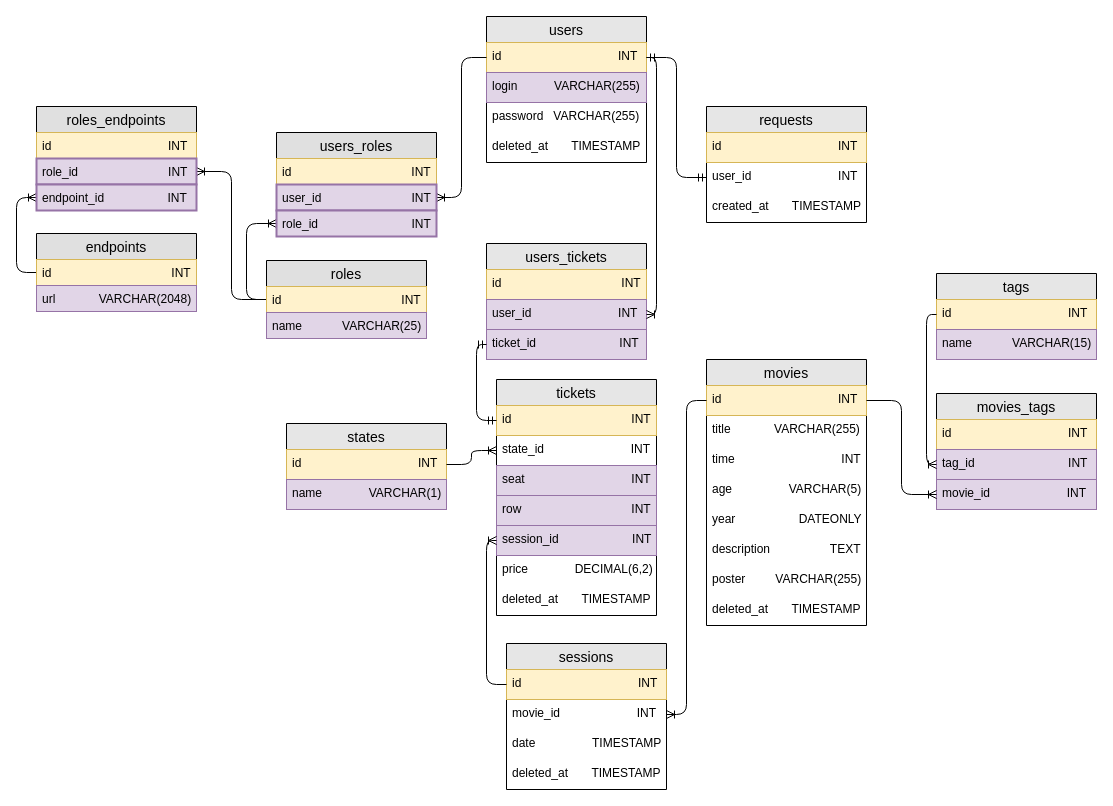
The draw.io diagram database/sql/schema.drawio in PaulineHK/NodeJS, before the edit. Source tidied: cells renumbered, new cells numbered last; positions are measured from the earlier drawing's top-left corner, leaving out a move shared by most shapes. Both pictures are drawn from the tidied source at 100%, with x=0, y=0 at pixel (36, 16).
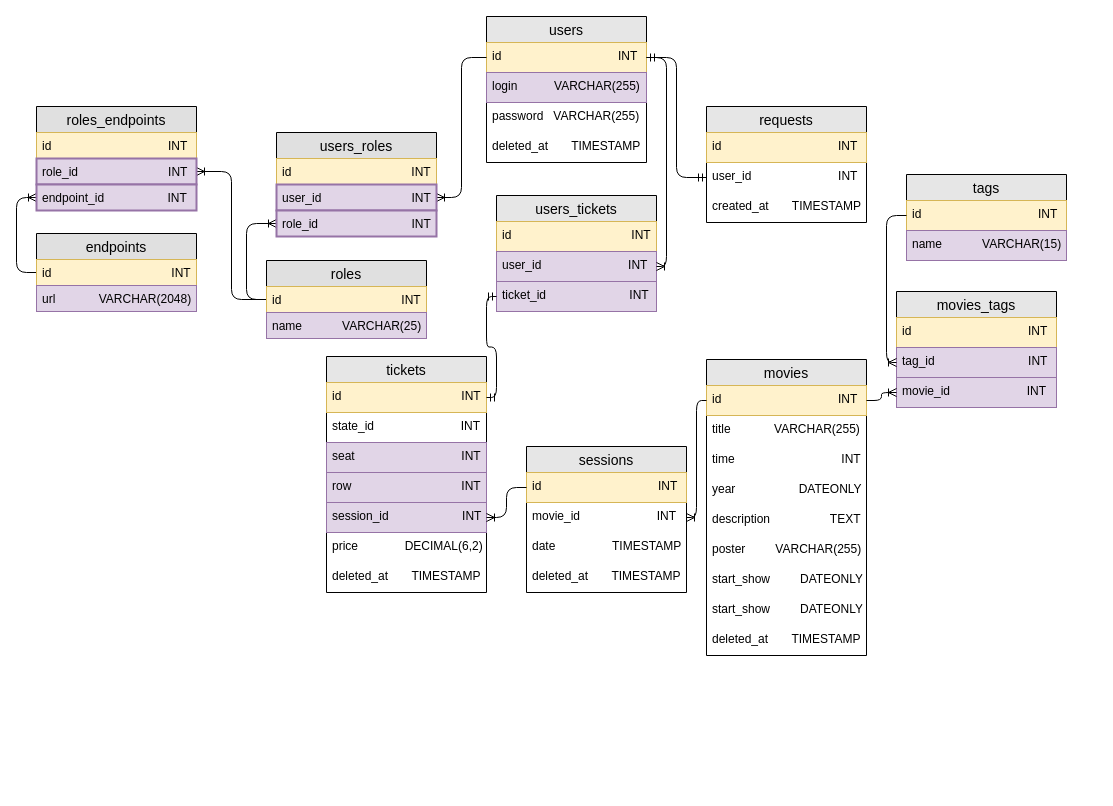
After the change.

Unchanged cells that the change refers to:
```xml
<mxCell id="2" value="users" style="swimlane;fontStyle=0;horizontal=1;startSize=26;align=center;fontSize=14;swimlaneFillColor=#ffffff;fillColor=#E6E6E6;" parent="1" vertex="1">
  <mxGeometry x="450" width="160" height="146" as="geometry" />
</mxCell>
<mxCell id="21" value="tag_id                            INT" style="text;strokeColor=#9673a6;fillColor=#e1d5e7;spacingLeft=4;spacingRight=4;overflow=hidden;points=[[0,0.5],[1,0.5]];portConstraint=eastwest;fontSize=12;" parent="19" vertex="1">
  <mxGeometry y="56" width="160" height="30" as="geometry" />
</mxCell>
<mxCell id="22" value="movie_id                       INT" style="text;strokeColor=#9673a6;fillColor=#e1d5e7;spacingLeft=4;spacingRight=4;overflow=hidden;points=[[0,0.5],[1,0.5]];portConstraint=eastwest;fontSize=12;" parent="19" vertex="1">
  <mxGeometry y="86" width="160" height="30" as="geometry" />
</mxCell>
<mxCell id="25" value="state_id                          INT" style="text;strokeColor=none;fillColor=none;spacingLeft=4;spacingRight=4;overflow=hidden;points=[[0,0.5],[1,0.5]];portConstraint=eastwest;fontSize=12;align=left;" parent="23" vertex="1">
  <mxGeometry y="56" width="160" height="30" as="geometry" />
</mxCell>
<mxCell id="28" value="session_id                      INT" style="text;strokeColor=#9673a6;fillColor=#e1d5e7;spacingLeft=4;spacingRight=4;overflow=hidden;points=[[0,0.5],[1,0.5]];portConstraint=eastwest;fontSize=12;align=left;" parent="23" vertex="1">
  <mxGeometry y="146" width="160" height="30" as="geometry" />
</mxCell>
<mxCell id="38" value="endpoints" style="swimlane;fontStyle=0;horizontal=1;startSize=26;fillColor=#e0e0e0;swimlaneFillColor=#ffffff;align=center;fontSize=14;" parent="1" vertex="1">
  <mxGeometry y="217" width="160" height="78" as="geometry" />
</mxCell>
<mxCell id="43" value="role_id                           INT" style="text;strokeColor=#9673a6;fillColor=#e1d5e7;spacingLeft=4;spacingRight=4;overflow=hidden;points=[[0,0.5],[1,0.5]];portConstraint=eastwest;fontSize=12;gradientDirection=west;strokeWidth=2;" parent="41" vertex="1">
  <mxGeometry y="52" width="160" height="26" as="geometry" />
</mxCell>
<mxCell id="44" value="endpoint_id                   INT" style="text;strokeColor=#9673a6;fillColor=#e1d5e7;spacingLeft=4;spacingRight=4;overflow=hidden;points=[[0,0.5],[1,0.5]];portConstraint=eastwest;fontSize=12;gradientDirection=west;strokeWidth=2;" parent="41" vertex="1">
  <mxGeometry y="78" width="160" height="26" as="geometry" />
</mxCell>
<mxCell id="45" value="roles" style="swimlane;fontStyle=0;horizontal=1;startSize=26;fillColor=#e0e0e0;swimlaneFillColor=#ffffff;align=center;fontSize=14;" parent="1" vertex="1">
  <mxGeometry x="230" y="244" width="160" height="78" as="geometry" />
</mxCell>
<mxCell id="48" value="users_roles" style="swimlane;fontStyle=0;horizontal=1;startSize=26;fillColor=#e0e0e0;swimlaneFillColor=#ffffff;align=center;fontSize=14;" parent="1" vertex="1">
  <mxGeometry x="240" y="116" width="160" height="104" as="geometry" />
</mxCell>
<mxCell id="50" value="user_id                           INT" style="text;strokeColor=#9673a6;fillColor=#e1d5e7;spacingLeft=4;spacingRight=4;overflow=hidden;points=[[0,0.5],[1,0.5]];portConstraint=eastwest;fontSize=12;strokeWidth=2;gradientDirection=west;" parent="48" vertex="1">
  <mxGeometry y="52" width="160" height="26" as="geometry" />
</mxCell>
<mxCell id="51" value="role_id                            INT" style="text;strokeColor=#9673a6;fillColor=#e1d5e7;spacingLeft=4;spacingRight=4;overflow=hidden;points=[[0,0.5],[1,0.5]];portConstraint=eastwest;fontSize=12;strokeWidth=2;gradientDirection=west;" parent="48" vertex="1">
  <mxGeometry y="78" width="160" height="26" as="geometry" />
</mxCell>
<mxCell id="54" value="user_id                          INT" style="text;spacingLeft=4;spacingRight=4;overflow=hidden;points=[[0,0.5],[1,0.5]];portConstraint=eastwest;fontSize=12;fillColor=#e1d5e7;strokeColor=#9673a6;" parent="52" vertex="1">
  <mxGeometry y="56" width="160" height="30" as="geometry" />
</mxCell>
<mxCell id="55" value="ticket_id                         INT" style="text;strokeColor=#9673a6;fillColor=#e1d5e7;spacingLeft=4;spacingRight=4;overflow=hidden;points=[[0,0.5],[1,0.5]];portConstraint=eastwest;fontSize=12;" parent="52" vertex="1">
  <mxGeometry y="86" width="160" height="30" as="geometry" />
</mxCell>
<mxCell id="60" value="movie_id                       INT" style="text;strokeColor=none;fillColor=none;spacingLeft=4;spacingRight=4;overflow=hidden;points=[[0,0.5],[1,0.5]];portConstraint=eastwest;fontSize=12;" parent="58" vertex="1">
  <mxGeometry y="56" width="160" height="30" as="geometry" />
</mxCell>
<mxCell id="68" value="requests" style="swimlane;fontStyle=0;horizontal=1;startSize=26;align=center;fontSize=14;swimlaneFillColor=#ffffff;fillColor=#E6E6E6;" parent="1" vertex="1">
  <mxGeometry x="670" y="90" width="160" height="116" as="geometry" />
</mxCell>
<mxCell id="70" value="user_id                          INT" style="text;strokeColor=none;fillColor=none;spacingLeft=4;spacingRight=4;overflow=hidden;points=[[0,0.5],[1,0.5]];portConstraint=eastwest;fontSize=12;" parent="68" vertex="1">
  <mxGeometry y="56" width="160" height="30" as="geometry" />
</mxCell>
```

The edit, as a diff of the source:
```diff
@@
-    <mxCell id="3" value="id                                   INT" style="text;strokeColor=#d6b656;fillColor=#fff2cc;spacingLeft=4;spacingRight=4;overflow=hidden;points=[[0,0.5],[1,0.5]];portConstraint=eastwest;fontSize=12;" parent="2" vertex="1">
-      <mxGeometry y="26" width="160" height="30" as="geometry" />
-    </mxCell>
+    <mxCell id="73" value="id                                   INT" style="text;strokeColor=#d6b656;fillColor=#fff2cc;spacingLeft=4;spacingRight=4;overflow=hidden;points=[[0,0.5],[1,0.5]];portConstraint=eastwest;fontSize=12;" parent="2" vertex="1">
+      <mxGeometry y="26" width="160" height="30" as="geometry" />
+    </mxCell>
@@
     <mxCell id="7" value="movies" style="swimlane;fontStyle=0;horizontal=1;startSize=26;align=center;fontSize=14;swimlaneFillColor=#ffffff;fillColor=#E6E6E6;" parent="1" vertex="1">
-      <mxGeometry x="670" y="343" width="160" height="266" as="geometry" />
+      <mxGeometry x="670" y="343" width="160" height="296" as="geometry" />
     </mxCell>
-    <mxCell id="8" value="id                                   INT" style="text;strokeColor=#d6b656;fillColor=#fff2cc;spacingLeft=4;spacingRight=4;overflow=hidden;points=[[0,0.5],[1,0.5]];portConstraint=eastwest;fontSize=12;" parent="7" vertex="1">
-      <mxGeometry y="26" width="160" height="30" as="geometry" />
-    </mxCell>
+    <mxCell id="74" value="id                                   INT" style="text;strokeColor=#d6b656;fillColor=#fff2cc;spacingLeft=4;spacingRight=4;overflow=hidden;points=[[0,0.5],[1,0.5]];portConstraint=eastwest;fontSize=12;" parent="7" vertex="1">
+      <mxGeometry y="26" width="160" height="30" as="geometry" />
+    </mxCell>
@@
-    <mxCell id="11" value="age                 VARCHAR(5)" style="text;strokeColor=none;fillColor=none;spacingLeft=4;spacingRight=4;overflow=hidden;fontSize=12;" parent="7" vertex="1">
-      <mxGeometry y="116" width="160" height="30" as="geometry" />
-    </mxCell>
     <mxCell id="12" value="year                   DATEONLY" style="text;strokeColor=none;fillColor=none;spacingLeft=4;spacingRight=4;overflow=hidden;fontSize=12;" parent="7" vertex="1">
-      <mxGeometry y="146" width="160" height="30" as="geometry" />
+      <mxGeometry y="116" width="160" height="30" as="geometry" />
     </mxCell>
     <mxCell id="13" value="description                  TEXT" style="text;strokeColor=none;fillColor=none;spacingLeft=4;spacingRight=4;overflow=hidden;fontSize=12;" parent="7" vertex="1">
-      <mxGeometry y="176" width="160" height="30" as="geometry" />
+      <mxGeometry y="146" width="160" height="30" as="geometry" />
     </mxCell>
     <mxCell id="14" value="poster         VARCHAR(255)" style="text;strokeColor=none;fillColor=none;spacingLeft=4;spacingRight=4;overflow=hidden;fontSize=12;" parent="7" vertex="1">
-      <mxGeometry y="206" width="160" height="30" as="geometry" />
+      <mxGeometry y="176" width="160" height="30" as="geometry" />
     </mxCell>
+    <mxCell id="75" value="start_show         DATEONLY" style="text;strokeColor=none;fillColor=none;spacingLeft=4;spacingRight=4;overflow=hidden;fontSize=12;" parent="7" vertex="1">
+      <mxGeometry y="206" width="160" height="30" as="geometry" />
+    </mxCell>
+    <mxCell id="76" value="start_show         DATEONLY" style="text;strokeColor=none;fillColor=none;spacingLeft=4;spacingRight=4;overflow=hidden;fontSize=12;" parent="7" vertex="1">
+      <mxGeometry y="236" width="160" height="30" as="geometry" />
+    </mxCell>
     <mxCell id="15" value="deleted_at       TIMESTAMP" style="text;strokeColor=none;fillColor=none;spacingLeft=4;spacingRight=4;overflow=hidden;fontSize=12;" parent="7" vertex="1">
-      <mxGeometry y="236" width="160" height="30" as="geometry" />
+      <mxGeometry y="266" width="160" height="30" as="geometry" />
     </mxCell>
     <mxCell id="16" value="tags" style="swimlane;fontStyle=0;horizontal=1;startSize=26;align=center;fontSize=14;swimlaneFillColor=#ffffff;fillColor=#E6E6E6;" parent="1" vertex="1">
-      <mxGeometry x="900" y="257" width="160" height="86" as="geometry" />
+      <mxGeometry x="870" y="158" width="160" height="86" as="geometry" />
     </mxCell>
-    <mxCell id="17" value="id                                   INT" style="text;strokeColor=#d6b656;fillColor=#fff2cc;spacingLeft=4;spacingRight=4;overflow=hidden;points=[[0,0.5],[1,0.5]];portConstraint=eastwest;fontSize=12;" parent="16" vertex="1">
-      <mxGeometry y="26" width="160" height="30" as="geometry" />
-    </mxCell>
+    <mxCell id="77" value="id                                   INT" style="text;strokeColor=#d6b656;fillColor=#fff2cc;spacingLeft=4;spacingRight=4;overflow=hidden;points=[[0,0.5],[1,0.5]];portConstraint=eastwest;fontSize=12;" parent="16" vertex="1">
+      <mxGeometry y="26" width="160" height="30" as="geometry" />
+    </mxCell>
@@
     <mxCell id="19" value="movies_tags" style="swimlane;fontStyle=0;horizontal=1;startSize=26;align=center;fontSize=14;swimlaneFillColor=#ffffff;fillColor=#E6E6E6;" parent="1" vertex="1">
-      <mxGeometry x="900" y="377" width="160" height="116" as="geometry" />
+      <mxGeometry x="860" y="275" width="160" height="116" as="geometry" />
     </mxCell>
-    <mxCell id="20" value="id                                   INT" style="text;strokeColor=#d6b656;fillColor=#fff2cc;spacingLeft=4;spacingRight=4;overflow=hidden;fontSize=12;" parent="19" vertex="1">
-      <mxGeometry y="26" width="160" height="30" as="geometry" />
-    </mxCell>
+    <mxCell id="78" value="id                                   INT" style="text;strokeColor=#d6b656;fillColor=#fff2cc;spacingLeft=4;spacingRight=4;overflow=hidden;fontSize=12;" parent="19" vertex="1">
+      <mxGeometry y="26" width="160" height="30" as="geometry" />
+    </mxCell>
@@
     <mxCell id="23" value="tickets" style="swimlane;fontStyle=0;horizontal=1;startSize=26;align=center;fontSize=14;swimlaneFillColor=#ffffff;fillColor=#E6E6E6;" parent="1" vertex="1">
-      <mxGeometry x="460" y="363" width="160" height="236" as="geometry" />
+      <mxGeometry x="290" y="340" width="160" height="236" as="geometry" />
     </mxCell>
-    <mxCell id="24" value="id                                    INT" style="text;strokeColor=#d6b656;fillColor=#fff2cc;spacingLeft=4;spacingRight=4;overflow=hidden;points=[[0,0.5],[1,0.5]];portConstraint=eastwest;fontSize=12;" parent="23" vertex="1">
-      <mxGeometry y="26" width="160" height="30" as="geometry" />
-    </mxCell>
+    <mxCell id="79" value="id                                    INT" style="text;strokeColor=#d6b656;fillColor=#fff2cc;spacingLeft=4;spacingRight=4;overflow=hidden;points=[[0,0.5],[1,0.5]];portConstraint=eastwest;fontSize=12;" parent="23" vertex="1">
+      <mxGeometry y="26" width="160" height="30" as="geometry" />
+    </mxCell>
@@
-    <mxCell id="31" style="edgeStyle=orthogonalEdgeStyle;fontSize=12;html=1;endArrow=ERoneToMany;entryX=0;entryY=0.5;entryDx=0;entryDy=0;exitX=1;exitY=0.5;exitDx=0;exitDy=0;" parent="1" edge="1" source="8" target="22">
-      <mxGeometry relative="1" as="geometry" />
-    </mxCell>
-    <mxCell id="32" style="edgeStyle=orthogonalEdgeStyle;fontSize=12;html=1;endArrow=ERoneToMany;entryX=0;entryY=0.5;entryDx=0;entryDy=0;exitX=0;exitY=0.5;exitDx=0;exitDy=0;" parent="1" edge="1" source="17" target="21">
-      <mxGeometry relative="1" as="geometry" />
-    </mxCell>
-    <mxCell id="33" style="edgeStyle=orthogonalEdgeStyle;fontSize=12;html=1;endArrow=ERoneToMany;entryX=1;entryY=0.5;entryDx=0;entryDy=0;exitX=0;exitY=0.5;exitDx=0;exitDy=0;" parent="1" edge="1" source="8" target="60">
-      <mxGeometry relative="1" as="geometry" />
-    </mxCell>
-    <mxCell id="34" style="edgeStyle=orthogonalEdgeStyle;rounded=1;jettySize=auto;html=1;exitX=0;exitY=0.5;exitDx=0;exitDy=0;entryX=1;entryY=0.5;entryDx=0;entryDy=0;endArrow=ERoneToMany;endFill=0;" parent="1" edge="1" source="3" target="50">
-      <mxGeometry relative="1" as="geometry" />
-    </mxCell>
-    <mxCell id="35" style="edgeStyle=orthogonalEdgeStyle;rounded=1;jettySize=auto;html=1;exitX=0;exitY=0.5;exitDx=0;exitDy=0;entryX=0;entryY=0.5;entryDx=0;entryDy=0;endArrow=ERoneToMany;endFill=0;" parent="1" edge="1" source="46" target="51">
-      <mxGeometry relative="1" as="geometry" />
-    </mxCell>
-    <mxCell id="36" style="edgeStyle=orthogonalEdgeStyle;rounded=1;jettySize=auto;html=1;exitX=0;exitY=0.5;exitDx=0;exitDy=0;entryX=1;entryY=0.5;entryDx=0;entryDy=0;endArrow=ERoneToMany;endFill=0;jumpStyle=none;" parent="1" edge="1" source="46" target="43">
-      <mxGeometry relative="1" as="geometry" />
-    </mxCell>
-    <mxCell id="37" style="edgeStyle=orthogonalEdgeStyle;rounded=1;jettySize=auto;html=1;exitX=0;exitY=0.5;exitDx=0;exitDy=0;entryX=0;entryY=0.5;entryDx=0;entryDy=0;endArrow=ERoneToMany;endFill=0;" parent="1" edge="1" source="39" target="44">
-      <mxGeometry relative="1" as="geometry" />
-    </mxCell>
+    <mxCell id="80" style="edgeStyle=orthogonalEdgeStyle;fontSize=12;html=1;endArrow=ERoneToMany;entryX=0;entryY=0.5;entryDx=0;entryDy=0;exitX=1;exitY=0.5;exitDx=0;exitDy=0;" parent="1" edge="1" source="74" target="22">
+      <mxGeometry relative="1" as="geometry" />
+    </mxCell>
+    <mxCell id="81" style="edgeStyle=orthogonalEdgeStyle;fontSize=12;html=1;endArrow=ERoneToMany;entryX=0;entryY=0.5;entryDx=0;entryDy=0;exitX=0;exitY=0.5;exitDx=0;exitDy=0;" parent="1" edge="1" source="77" target="21">
+      <mxGeometry relative="1" as="geometry" />
+    </mxCell>
+    <mxCell id="82" style="edgeStyle=orthogonalEdgeStyle;fontSize=12;html=1;endArrow=ERoneToMany;entryX=1;entryY=0.5;entryDx=0;entryDy=0;exitX=0;exitY=0.5;exitDx=0;exitDy=0;" parent="1" edge="1" source="74" target="60">
+      <mxGeometry relative="1" as="geometry" />
+    </mxCell>
+    <mxCell id="83" style="edgeStyle=orthogonalEdgeStyle;rounded=1;jettySize=auto;html=1;exitX=0;exitY=0.5;exitDx=0;exitDy=0;entryX=1;entryY=0.5;entryDx=0;entryDy=0;endArrow=ERoneToMany;endFill=0;" parent="1" edge="1" source="73" target="50">
+      <mxGeometry relative="1" as="geometry" />
+    </mxCell>
+    <mxCell id="84" style="edgeStyle=orthogonalEdgeStyle;rounded=1;jettySize=auto;html=1;exitX=0;exitY=0.5;exitDx=0;exitDy=0;entryX=0;entryY=0.5;entryDx=0;entryDy=0;endArrow=ERoneToMany;endFill=0;" parent="1" edge="1" source="88" target="51">
+      <mxGeometry relative="1" as="geometry" />
+    </mxCell>
+    <mxCell id="85" style="edgeStyle=orthogonalEdgeStyle;rounded=1;jettySize=auto;html=1;exitX=0;exitY=0.5;exitDx=0;exitDy=0;entryX=1;entryY=0.5;entryDx=0;entryDy=0;endArrow=ERoneToMany;endFill=0;jumpStyle=none;" parent="1" edge="1" source="88" target="43">
+      <mxGeometry relative="1" as="geometry" />
+    </mxCell>
+    <mxCell id="86" style="edgeStyle=orthogonalEdgeStyle;rounded=1;jettySize=auto;html=1;exitX=0;exitY=0.5;exitDx=0;exitDy=0;entryX=0;entryY=0.5;entryDx=0;entryDy=0;endArrow=ERoneToMany;endFill=0;" parent="1" edge="1" source="87" target="44">
+      <mxGeometry relative="1" as="geometry" />
+    </mxCell>
@@
-    <mxCell id="39" value="id                                    INT" style="text;strokeColor=#d6b656;fillColor=#fff2cc;spacingLeft=4;spacingRight=4;overflow=hidden;points=[[0,0.5],[1,0.5]];portConstraint=eastwest;fontSize=12;" parent="38" vertex="1">
-      <mxGeometry y="26" width="160" height="26" as="geometry" />
-    </mxCell>
+    <mxCell id="87" value="id                                    INT" style="text;strokeColor=#d6b656;fillColor=#fff2cc;spacingLeft=4;spacingRight=4;overflow=hidden;points=[[0,0.5],[1,0.5]];portConstraint=eastwest;fontSize=12;" parent="38" vertex="1">
+      <mxGeometry y="26" width="160" height="26" as="geometry" />
+    </mxCell>
@@
-    <mxCell id="46" value="id                                    INT" style="text;strokeColor=#d6b656;fillColor=#fff2cc;spacingLeft=4;spacingRight=4;overflow=hidden;points=[[0,0.5],[1,0.5]];portConstraint=eastwest;fontSize=12;" parent="45" vertex="1">
-      <mxGeometry y="26" width="160" height="26" as="geometry" />
-    </mxCell>
+    <mxCell id="88" value="id                                    INT" style="text;strokeColor=#d6b656;fillColor=#fff2cc;spacingLeft=4;spacingRight=4;overflow=hidden;points=[[0,0.5],[1,0.5]];portConstraint=eastwest;fontSize=12;" parent="45" vertex="1">
+      <mxGeometry y="26" width="160" height="26" as="geometry" />
+    </mxCell>
@@
-    <mxCell id="49" value="id                                    INT" style="text;strokeColor=#d6b656;fillColor=#fff2cc;spacingLeft=4;spacingRight=4;overflow=hidden;fontSize=12;" parent="48" vertex="1">
-      <mxGeometry y="26" width="160" height="26" as="geometry" />
-    </mxCell>
+    <mxCell id="89" value="id                                    INT" style="text;strokeColor=#d6b656;fillColor=#fff2cc;spacingLeft=4;spacingRight=4;overflow=hidden;fontSize=12;" parent="48" vertex="1">
+      <mxGeometry y="26" width="160" height="26" as="geometry" />
+    </mxCell>
@@
     <mxCell id="52" value="users_tickets" style="swimlane;fontStyle=0;horizontal=1;startSize=26;align=center;fontSize=14;swimlaneFillColor=#ffffff;fillColor=#E6E6E6;" parent="1" vertex="1">
-      <mxGeometry x="450" y="227" width="160" height="116" as="geometry" />
+      <mxGeometry x="460" y="179" width="160" height="116" as="geometry" />
     </mxCell>
-    <mxCell id="53" value="id                                    INT" style="text;strokeColor=#d6b656;fillColor=#fff2cc;spacingLeft=4;spacingRight=4;overflow=hidden;fontSize=12;" parent="52" vertex="1">
-      <mxGeometry y="26" width="160" height="30" as="geometry" />
-    </mxCell>
+    <mxCell id="90" value="id                                    INT" style="text;strokeColor=#d6b656;fillColor=#fff2cc;spacingLeft=4;spacingRight=4;overflow=hidden;fontSize=12;" parent="52" vertex="1">
+      <mxGeometry y="26" width="160" height="30" as="geometry" />
+    </mxCell>
@@
-    <mxCell id="56" style="edgeStyle=orthogonalEdgeStyle;fontSize=12;html=1;endArrow=ERoneToMany;entryX=1;entryY=0.5;entryDx=0;entryDy=0;exitX=1;exitY=0.5;exitDx=0;exitDy=0;" parent="1" edge="1" source="3" target="54">
-      <mxGeometry relative="1" as="geometry" />
-    </mxCell>
-    <mxCell id="57" style="edgeStyle=orthogonalEdgeStyle;fontSize=12;html=1;endArrow=ERmandOne;startArrow=ERmandOne;exitX=0;exitY=0.5;exitDx=0;exitDy=0;entryX=0;entryY=0.5;entryDx=0;entryDy=0;" parent="1" edge="1" source="24" target="55">
-      <mxGeometry relative="1" as="geometry" />
-    </mxCell>
+    <mxCell id="91" style="edgeStyle=orthogonalEdgeStyle;fontSize=12;html=1;endArrow=ERoneToMany;entryX=1;entryY=0.5;entryDx=0;entryDy=0;exitX=1;exitY=0.5;exitDx=0;exitDy=0;" parent="1" edge="1" source="73" target="54">
+      <mxGeometry relative="1" as="geometry" />
+    </mxCell>
+    <mxCell id="92" style="edgeStyle=orthogonalEdgeStyle;fontSize=12;html=1;endArrow=ERmandOne;startArrow=ERmandOne;exitX=1;exitY=0.5;exitDx=0;exitDy=0;entryX=0;entryY=0.5;entryDx=0;entryDy=0;" parent="1" edge="1" source="79" target="55">
+      <mxGeometry relative="1" as="geometry" />
+    </mxCell>
     <mxCell id="58" value="sessions" style="swimlane;fontStyle=0;horizontal=1;startSize=26;align=center;fontSize=14;swimlaneFillColor=#ffffff;fillColor=#E6E6E6;" parent="1" vertex="1">
-      <mxGeometry x="470" y="627" width="160" height="146" as="geometry" />
+      <mxGeometry x="490" y="430" width="160" height="146" as="geometry" />
     </mxCell>
-    <mxCell id="59" value="id                                   INT" style="text;strokeColor=#d6b656;fillColor=#fff2cc;spacingLeft=4;spacingRight=4;overflow=hidden;points=[[0,0.5],[1,0.5]];portConstraint=eastwest;fontSize=12;" parent="58" vertex="1">
-      <mxGeometry y="26" width="160" height="30" as="geometry" />
-    </mxCell>
+    <mxCell id="93" value="id                                   INT" style="text;strokeColor=#d6b656;fillColor=#fff2cc;spacingLeft=4;spacingRight=4;overflow=hidden;points=[[0,0.5],[1,0.5]];portConstraint=eastwest;fontSize=12;" parent="58" vertex="1">
+      <mxGeometry y="26" width="160" height="30" as="geometry" />
+    </mxCell>
@@
-    <mxCell id="63" style="edgeStyle=orthogonalEdgeStyle;fontSize=12;html=1;endArrow=ERoneToMany;exitX=0;exitY=0.5;exitDx=0;exitDy=0;entryX=0;entryY=0.5;entryDx=0;entryDy=0;" parent="1" edge="1" source="59" target="28">
-      <mxGeometry relative="1" as="geometry" />
-    </mxCell>
-    <mxCell id="64" value="states" style="swimlane;fontStyle=0;horizontal=1;startSize=26;align=center;fontSize=14;fillColor=#E6E6E6;swimlaneFillColor=#ffffff;" parent="1" vertex="1">
-      <mxGeometry x="250" y="407" width="160" height="86" as="geometry" />
-    </mxCell>
-    <mxCell id="65" value="id                                   INT" style="text;strokeColor=#d6b656;fillColor=#fff2cc;spacingLeft=4;spacingRight=4;overflow=hidden;points=[[0,0.5],[1,0.5]];portConstraint=eastwest;fontSize=12;" parent="64" vertex="1">
-      <mxGeometry y="26" width="160" height="30" as="geometry" />
-    </mxCell>
-    <mxCell id="66" value="name              VARCHAR(1)" style="text;strokeColor=#9673a6;fillColor=#e1d5e7;spacingLeft=4;spacingRight=4;overflow=hidden;fontSize=12;" parent="64" vertex="1">
-      <mxGeometry y="56" width="160" height="30" as="geometry" />
-    </mxCell>
-    <mxCell id="67" style="edgeStyle=orthogonalEdgeStyle;fontSize=12;html=1;endArrow=ERoneToMany;exitX=1;exitY=0.5;exitDx=0;exitDy=0;entryX=0;entryY=0.5;entryDx=0;entryDy=0;" parent="1" edge="1" source="65" target="25">
-      <mxGeometry relative="1" as="geometry" />
-    </mxCell>
+    <mxCell id="94" style="edgeStyle=orthogonalEdgeStyle;fontSize=12;html=1;endArrow=ERoneToMany;exitX=0;exitY=0.5;exitDx=0;exitDy=0;entryX=1;entryY=0.5;entryDx=0;entryDy=0;" parent="1" edge="1" source="93" target="28">
+      <mxGeometry relative="1" as="geometry" />
+    </mxCell>
@@
-    <mxCell id="69" value="id                                   INT" style="text;strokeColor=#d6b656;fillColor=#fff2cc;spacingLeft=4;spacingRight=4;overflow=hidden;fontSize=12;" parent="68" vertex="1">
-      <mxGeometry y="26" width="160" height="30" as="geometry" />
-    </mxCell>
+    <mxCell id="95" value="id                                   INT" style="text;strokeColor=#d6b656;fillColor=#fff2cc;spacingLeft=4;spacingRight=4;overflow=hidden;fontSize=12;" parent="68" vertex="1">
+      <mxGeometry y="26" width="160" height="30" as="geometry" />
+    </mxCell>
@@
-    <mxCell id="72" style="edgeStyle=orthogonalEdgeStyle;fontSize=12;html=1;endArrow=ERmandOne;startArrow=ERmandOne;exitX=1;exitY=0.5;exitDx=0;exitDy=0;entryX=0;entryY=0.5;entryDx=0;entryDy=0;" parent="1" edge="1" source="3" target="70">
-      <mxGeometry relative="1" as="geometry" />
-    </mxCell>
+    <mxCell id="96" style="edgeStyle=orthogonalEdgeStyle;fontSize=12;html=1;endArrow=ERmandOne;startArrow=ERmandOne;exitX=1;exitY=0.5;exitDx=0;exitDy=0;entryX=0;entryY=0.5;entryDx=0;entryDy=0;" parent="1" edge="1" source="73" target="70">
+      <mxGeometry relative="1" as="geometry" />
+    </mxCell>
```
